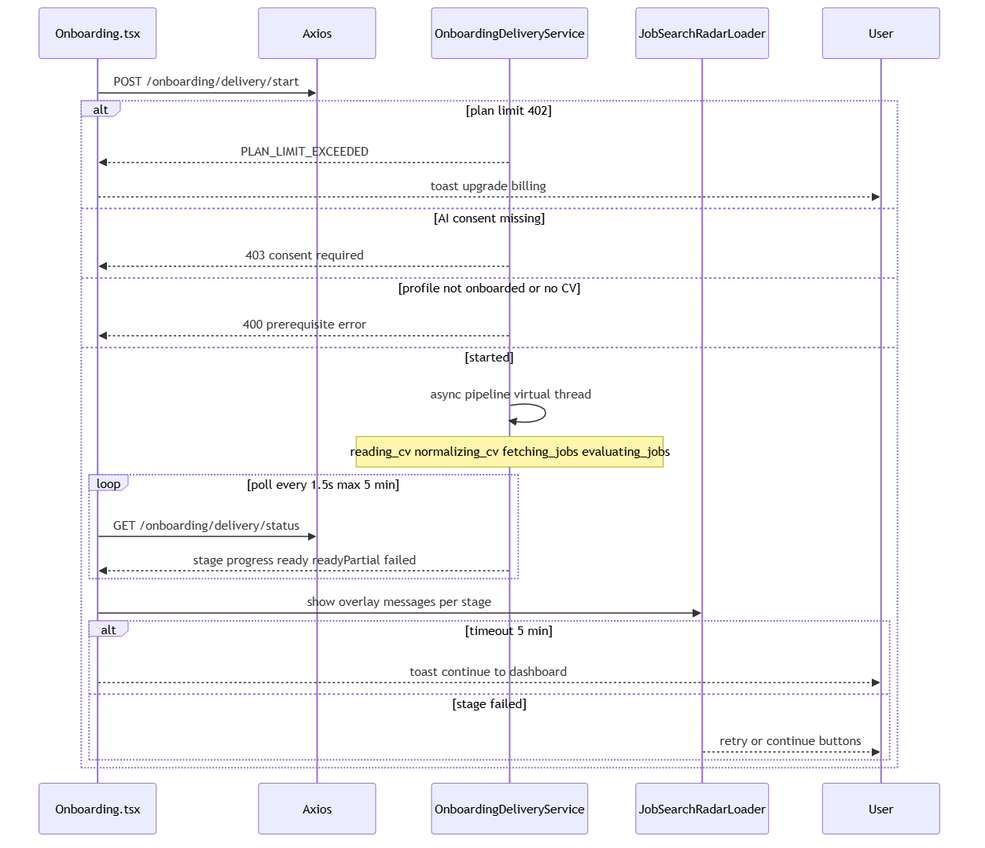
yugandharreddybana/NewCareers keeps this Mermaid diagram as pagesflow/signup-onboarding/diagrams/onboarding-phase6-delivery.png. Above is the earlier version. Its source is kept beside it as pagesflow/signup-onboarding/diagrams/onboarding-phase6-delivery.mmd. Its diagram source:
```mermaid
sequenceDiagram
    participant Onb as Onboarding.tsx
    participant Axios
    participant Java as OnboardingDeliveryService
    participant Loader as JobSearchRadarLoader

    Onb->>Axios: POST /onboarding/delivery/start
    alt plan limit 402
        Java-->>Onb: PLAN_LIMIT_EXCEEDED
        Onb-->>User: toast upgrade billing
    else AI consent missing
        Java-->>Onb: 403 consent required
    else profile not onboarded or no CV
        Java-->>Onb: 400 prerequisite error
    else started
        Java->>Java: async pipeline virtual thread
        Note over Java: reading_cv normalizing_cv fetching_jobs evaluating_jobs
        loop poll every 1.5s max 5 min
            Onb->>Axios: GET /onboarding/delivery/status
            Java-->>Onb: stage progress ready readyPartial failed
        end
        Onb->>Loader: show overlay messages per stage
        alt timeout 5 min
            Onb-->>User: toast continue to dashboard
        else stage failed
            Loader-->>User: retry or continue buttons
        end
    end
```
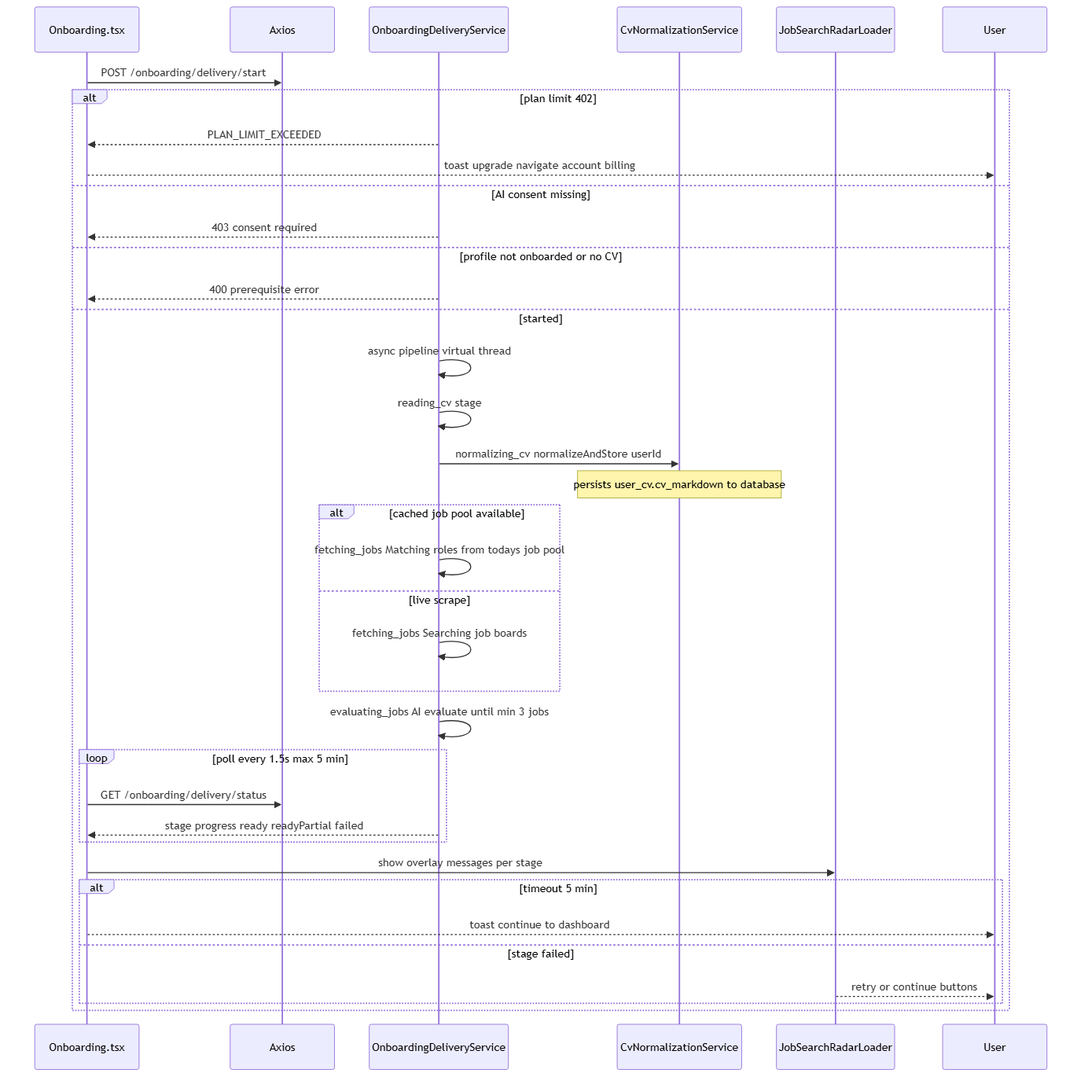
After the commit.

The edit, as a diff of the source:
```diff
@@ -2,19 +2,28 @@
     participant Onb as Onboarding.tsx
     participant Axios
     participant Java as OnboardingDeliveryService
+    participant Norm as CvNormalizationService
     participant Loader as JobSearchRadarLoader
 
     Onb->>Axios: POST /onboarding/delivery/start
     alt plan limit 402
         Java-->>Onb: PLAN_LIMIT_EXCEEDED
-        Onb-->>User: toast upgrade billing
+        Onb-->>User: toast upgrade navigate account billing
     else AI consent missing
         Java-->>Onb: 403 consent required
     else profile not onboarded or no CV
         Java-->>Onb: 400 prerequisite error
     else started
         Java->>Java: async pipeline virtual thread
-        Note over Java: reading_cv normalizing_cv fetching_jobs evaluating_jobs
+        Java->>Java: reading_cv stage
+        Java->>Norm: normalizing_cv normalizeAndStore userId
+        Note over Norm: persists user_cv.cv_markdown to database
+        alt cached job pool available
+            Java->>Java: fetching_jobs Matching roles from todays job pool
+        else live scrape
+            Java->>Java: fetching_jobs Searching job boards
+        end
+        Java->>Java: evaluating_jobs AI evaluate until min 3 jobs
         loop poll every 1.5s max 5 min
             Onb->>Axios: GET /onboarding/delivery/status
             Java-->>Onb: stage progress ready readyPartial failed
```
